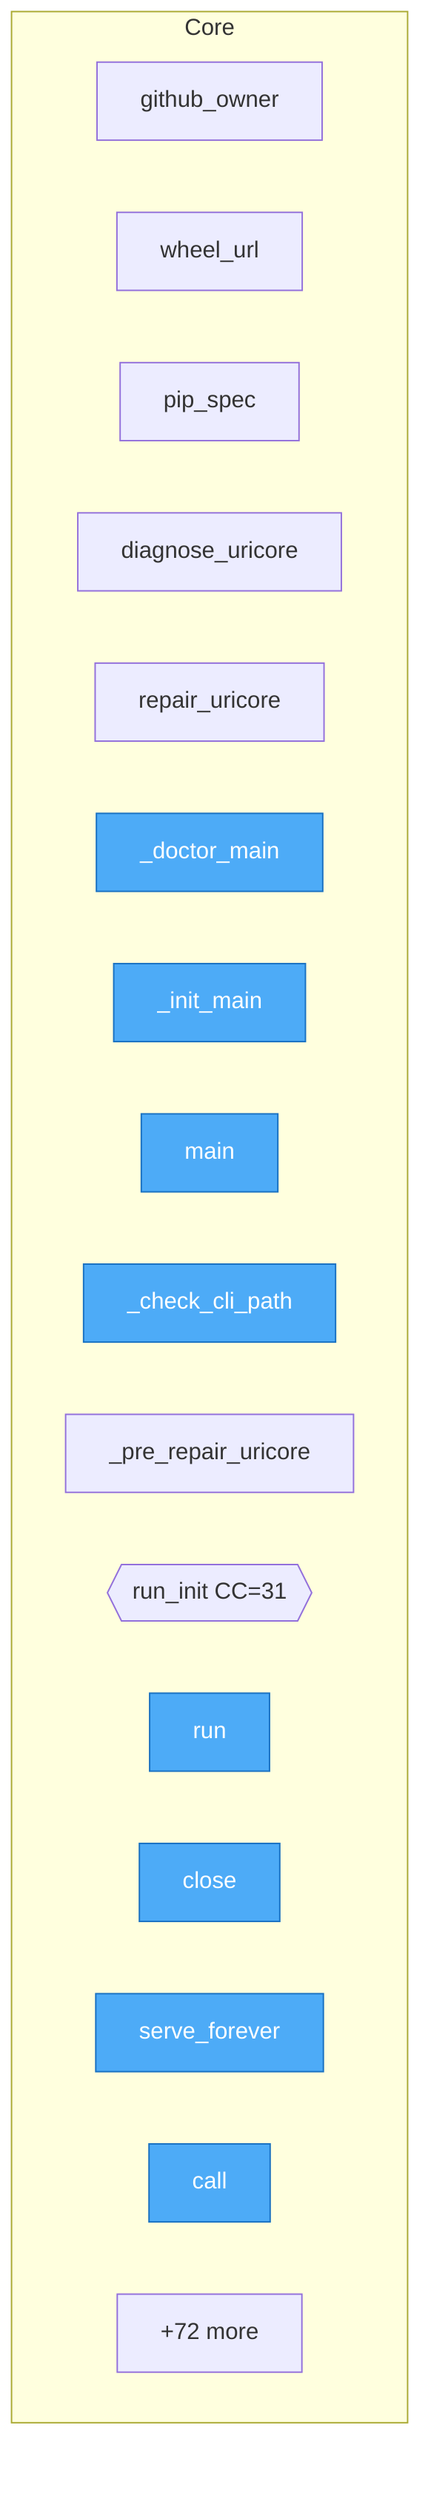
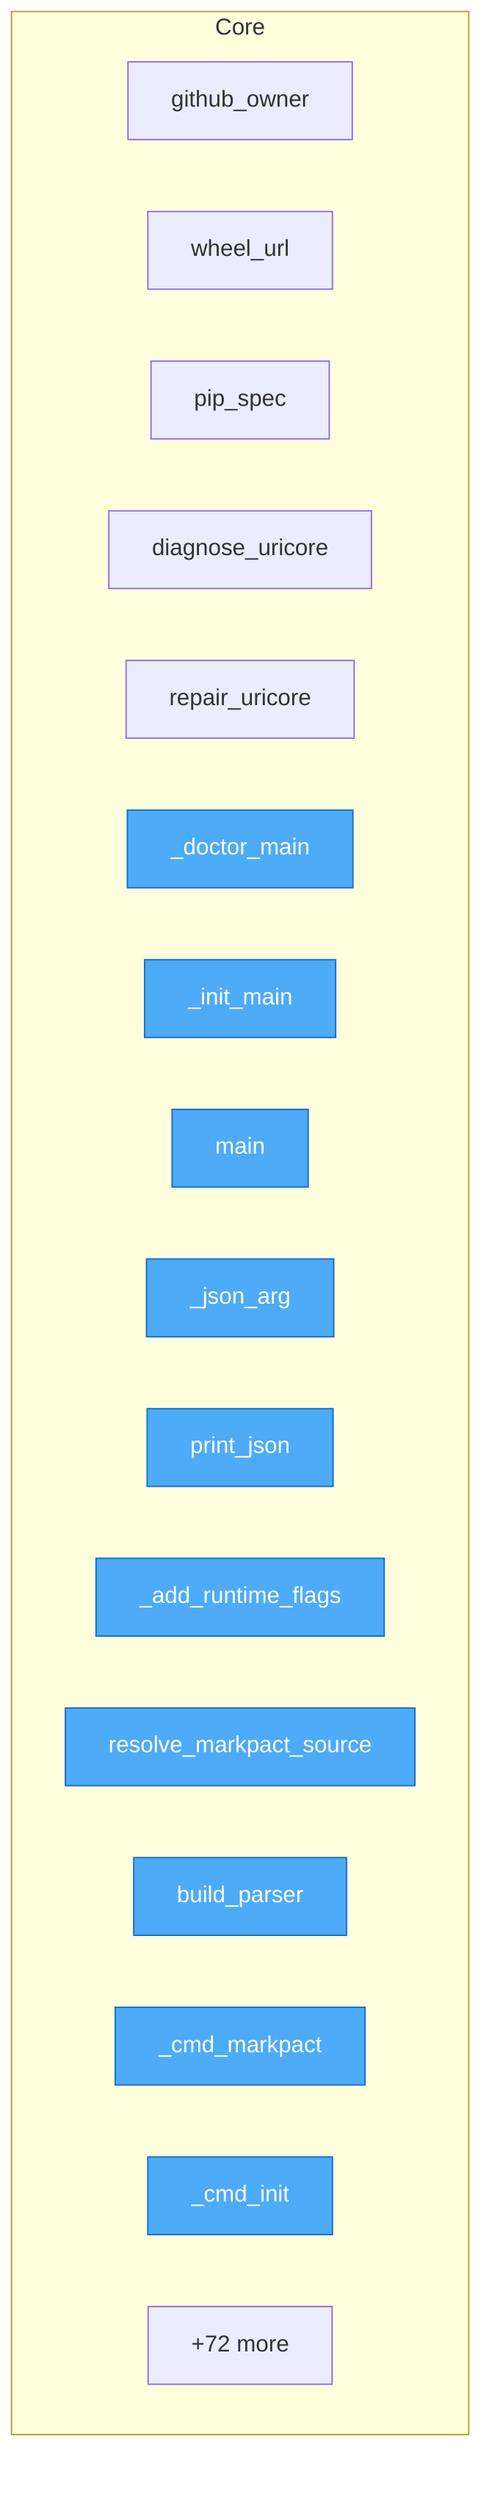
flowchart TD
%% generated in 0.01s

    %% Entry points (blue)
    classDef entry fill:#4dabf7,stroke:#1971c2,color:#fff

    subgraph Core
        src__urisys__uricore_install__github_owner["github_owner"]
        src__urisys__uricore_install__wheel_url["wheel_url"]
        src__urisys__uricore_install__pip_spec["pip_spec"]
        src__urisys__uricore_install__diagnose_uricore["diagnose_uricore"]
        src__urisys__uricore_install__repair_uricore["repair_uricore"]
        src__urisys__bootstrap___doctor_main["_doctor_main"]
        src__urisys__bootstrap___init_main["_init_main"]
        src__urisys__bootstrap__main["main"]
-         src__urisys__doctor___check_cli_path["_check_cli_path"]
-         src__urisys__init_setup___pre_repair_uricore["_pre_repair_uricore"]
-         src__urisys__init_setup__run_init{{run_init CC=31}}
-         src__urisys__controllers__flow_controller__FlowController__run["run"]
-         src__urisys__controllers__flow_controller__FlowController__close["close"]
-         src__urisys__controllers__server_controller__ServerController__serve_forever["serve_forever"]
-         src__urisys__controllers__uri_controller__UriController__call["call"]
+         src__urisys__cli___json_arg["_json_arg"]
+         src__urisys__cli__print_json["print_json"]
+         src__urisys__cli___add_runtime_flags["_add_runtime_flags"]
+         src__urisys__cli__resolve_markpact_source["resolve_markpact_source"]
+         src__urisys__cli__build_parser["build_parser"]
+         src__urisys__cli___cmd_markpact["_cmd_markpact"]
+         src__urisys__cli___cmd_init["_cmd_init"]
        ...["+72 more"]
    end

-     class src__urisys__bootstrap___doctor_main,src__urisys__bootstrap___init_main,src__urisys__bootstrap__main,src__urisys__doctor___check_cli_path,src__urisys__controllers__flow_controller__FlowController__run,src__urisys__controllers__flow_controller__FlowController__close,src__urisys__controllers__server_controller__ServerController__serve_forever,src__urisys__controllers__uri_controller__UriController__call,src__urisys__controllers__uri_controller__UriController__explain,src__urisys__controllers__uri_controller__UriController__routes entry
+     class src__urisys__bootstrap___doctor_main,src__urisys__bootstrap___init_main,src__urisys__bootstrap__main,src__urisys__cli___json_arg,src__urisys__cli__print_json,src__urisys__cli___add_runtime_flags,src__urisys__cli__resolve_markpact_source,src__urisys__cli__build_parser,src__urisys__cli___cmd_markpact,src__urisys__cli___cmd_init entry
